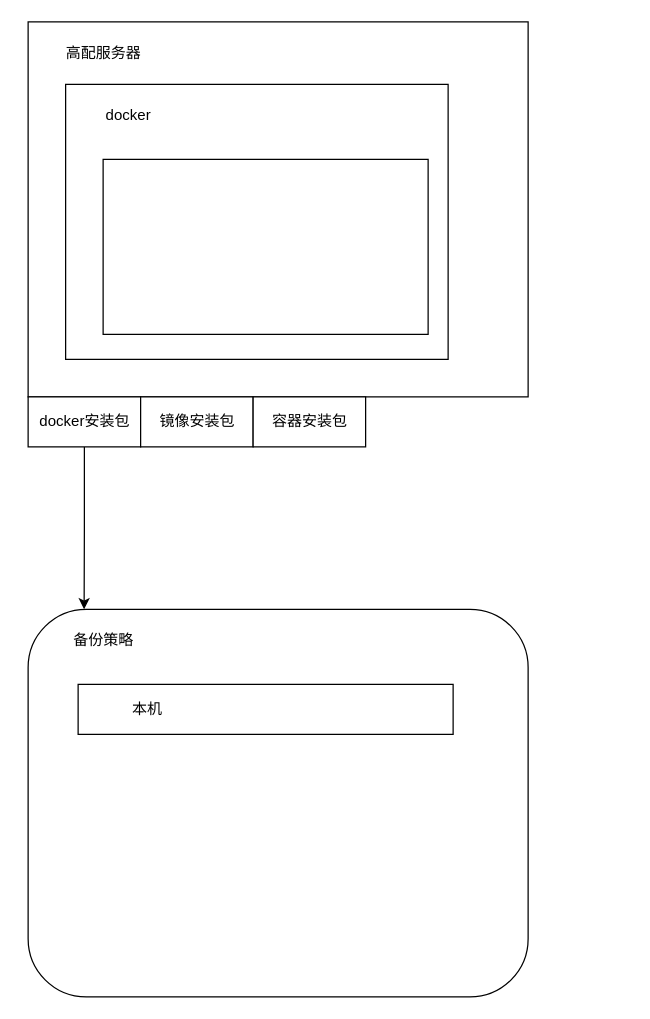
Above: 未命名绘图.drawio in Saiable/drawio (draw.io), before the change. Source tidied: cells renumbered, new cells numbered last; positions are measured from the earlier drawing's top-left corner, leaving out a move shared by most shapes. Both pictures are drawn from the tidied source at 125%, with x=0, y=0 at pixel (21, 21).
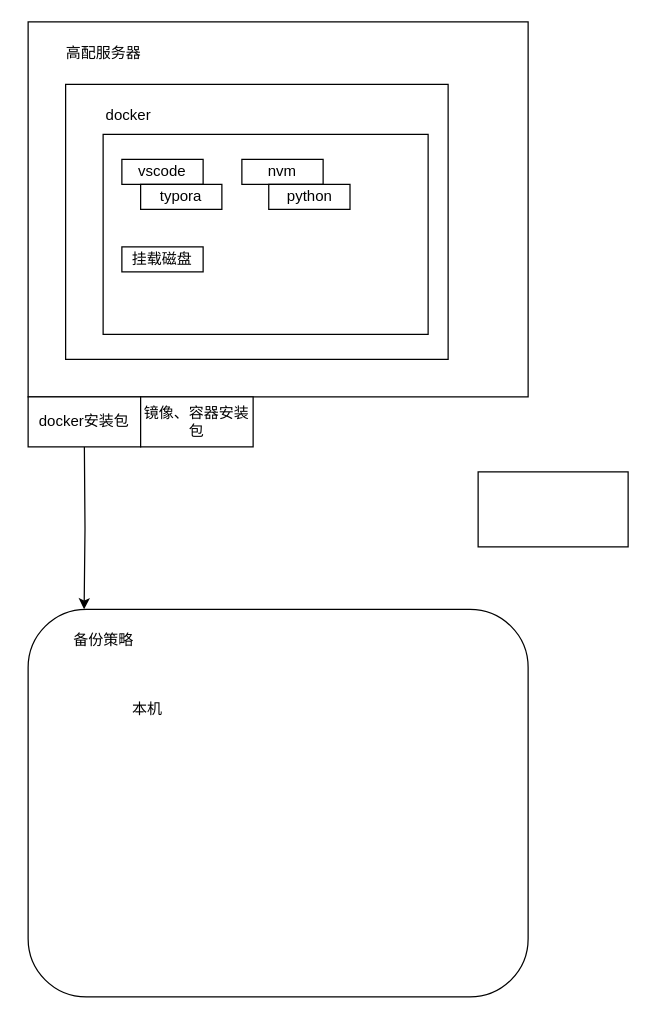
The same diagram, later.

Commit message:
更新未命名绘图.drawio

Diff of the diagram source:
```diff
@@
 <mxGraphModel>
   <root>
     <mxCell id="0" />
     <mxCell id="1" parent="0" />
     <mxCell id="2" style="rounded=0;whiteSpace=wrap;html=1;" parent="1" vertex="1">
       <mxGeometry x="5" width="400" height="300" as="geometry" />
     </mxCell>
     <mxCell id="3" value="高配服务器" style="text;html=1;align=center;verticalAlign=middle;strokeColor=none;fillColor=none;" parent="1" vertex="1">
       <mxGeometry x="25" y="10" width="80" height="30" as="geometry" />
     </mxCell>
     <mxCell id="4" style="rounded=0;whiteSpace=wrap;html=1;" parent="1" vertex="1">
       <mxGeometry x="35" y="50" width="306" height="220" as="geometry" />
     </mxCell>
     <mxCell id="5" value="docker" style="text;html=1;align=center;verticalAlign=middle;strokeColor=none;fillColor=none;" parent="1" vertex="1">
       <mxGeometry x="55" y="60" width="60" height="30" as="geometry" />
     </mxCell>
     <mxCell id="6" style="rounded=1;whiteSpace=wrap;html=1;" parent="1" vertex="1">
       <mxGeometry x="5" y="470" width="400" height="310" as="geometry" />
     </mxCell>
     <mxCell id="7" value="备份策略" style="text;html=1;align=center;verticalAlign=middle;strokeColor=none;fillColor=none;" parent="1" vertex="1">
       <mxGeometry x="30" y="480" width="70" height="30" as="geometry" />
     </mxCell>
-    <mxCell id="8" style="rounded=0;whiteSpace=wrap;html=1;" parent="1" vertex="1">
-      <mxGeometry x="45" y="530" width="300" height="40" as="geometry" />
-    </mxCell>
     <mxCell id="9" value="本机" style="text;html=1;align=center;verticalAlign=middle;strokeColor=none;fillColor=none;" parent="1" vertex="1">
       <mxGeometry x="75" y="535" width="50" height="30" as="geometry" />
     </mxCell>
     <mxCell id="10" style="rounded=0;whiteSpace=wrap;html=1;" parent="1" vertex="1">
-      <mxGeometry x="65" y="110" width="260" height="140" as="geometry" />
+      <mxGeometry x="65" y="90" width="260" height="160" as="geometry" />
     </mxCell>
-    <mxCell id="11" style="rounded=0;whiteSpace=wrap;html=1;" parent="1" vertex="1">
-      <mxGeometry x="5" y="300" width="90" height="40" as="geometry" />
-    </mxCell>
+    <mxCell id="18" style="edgeStyle=orthogonalEdgeStyle;rounded=0;jettySize=auto;html=1;entryX=0.112;entryY=0;entryDx=0;entryDy=0;entryPerimeter=0;" parent="1" edge="1" target="6">
+      <mxGeometry relative="1" as="geometry">
+        <mxPoint x="50" y="340" as="sourcePoint" />
+      </mxGeometry>
+    </mxCell>
+    <mxCell id="19" value="vscode" style="rounded=0;whiteSpace=wrap;html=1;" parent="1" vertex="1">
+      <mxGeometry x="80" y="110" width="65" height="20" as="geometry" />
+    </mxCell>
+    <mxCell id="20" value="typora" style="rounded=0;whiteSpace=wrap;html=1;" parent="1" vertex="1">
+      <mxGeometry x="95" y="130" width="65" height="20" as="geometry" />
+    </mxCell>
+    <mxCell id="21" value="nvm" style="rounded=0;whiteSpace=wrap;html=1;" parent="1" vertex="1">
+      <mxGeometry x="176" y="110" width="65" height="20" as="geometry" />
+    </mxCell>
+    <mxCell id="22" value="python" style="rounded=0;whiteSpace=wrap;html=1;" parent="1" vertex="1">
+      <mxGeometry x="197.5" y="130" width="65" height="20" as="geometry" />
+    </mxCell>
+    <mxCell id="23" style="rounded=0;whiteSpace=wrap;html=1;" parent="1" vertex="1">
+      <mxGeometry x="365" y="360" width="120" height="60" as="geometry" />
+    </mxCell>
+    <mxCell id="24" value="挂载磁盘" style="rounded=0;whiteSpace=wrap;html=1;" parent="1" vertex="1">
+      <mxGeometry x="80" y="180" width="65" height="20" as="geometry" />
+    </mxCell>
-    <mxCell id="12" value="docker安装包" style="text;html=1;align=center;verticalAlign=middle;strokeColor=none;fillColor=none;" parent="1" vertex="1">
-      <mxGeometry y="305" width="100" height="30" as="geometry" />
+    <mxCell id="12" value="docker安装包" style="rounded=0;whiteSpace=wrap;html=1;" parent="1" vertex="1">
+      <mxGeometry x="5" y="300" width="90" height="40" as="geometry" />
     </mxCell>
-    <mxCell id="13" style="group;" parent="1" vertex="1">
-      <mxGeometry x="95" y="300" width="100" height="40" as="geometry" />
-    </mxCell>
-    <mxCell id="14" style="rounded=0;whiteSpace=wrap;html=1;" parent="13" vertex="1">
-      <mxGeometry width="90" height="40" as="geometry" />
-    </mxCell>
-    <mxCell id="15" value="镜像安装包" style="text;html=1;align=center;verticalAlign=middle;strokeColor=none;fillColor=none;" parent="13" vertex="1">
-      <mxGeometry x="5" y="5" width="80" height="30" as="geometry" />
-    </mxCell>
-    <mxCell id="16" style="rounded=0;whiteSpace=wrap;html=1;" parent="1" vertex="1">
-      <mxGeometry x="185" y="300" width="90" height="40" as="geometry" />
-    </mxCell>
-    <mxCell id="17" value="容器安装包" style="text;html=1;align=center;verticalAlign=middle;strokeColor=none;fillColor=none;" parent="1" vertex="1">
-      <mxGeometry x="190" y="305" width="80" height="30" as="geometry" />
-    </mxCell>
-    <mxCell id="18" style="edgeStyle=orthogonalEdgeStyle;rounded=0;jettySize=auto;html=1;entryX=0.112;entryY=0;entryDx=0;entryDy=0;entryPerimeter=0;" parent="1" edge="1" source="11" target="6">
-      <mxGeometry relative="1" as="geometry" />
-    </mxCell>
+    <mxCell id="25" value="镜像、容器安装包" style="rounded=0;whiteSpace=wrap;html=1;" parent="1" vertex="1">
+      <mxGeometry x="95" y="300" width="90" height="40" as="geometry" />
+    </mxCell>
   </root>
 </mxGraphModel>
```
